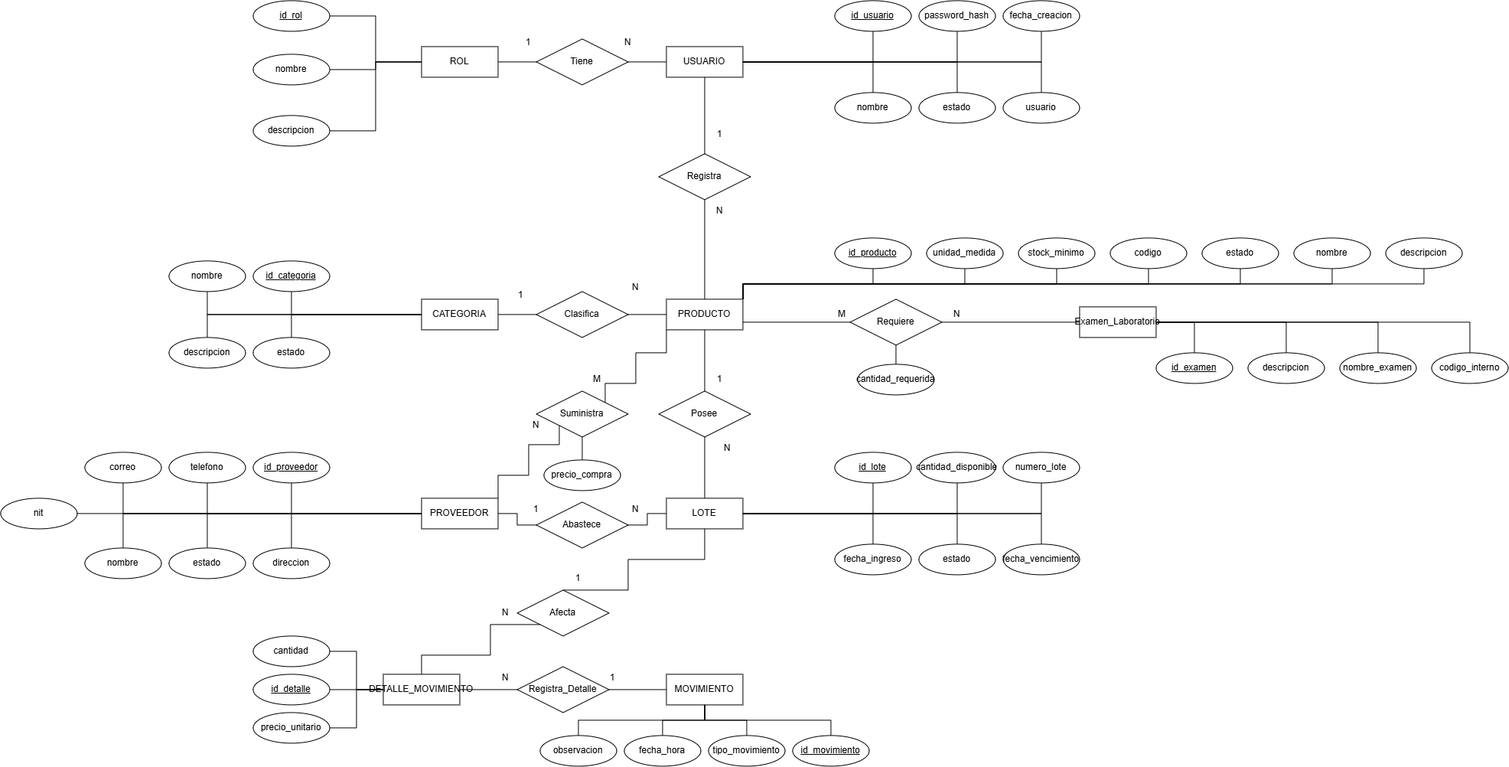
This is docs/diagramas/DIAGRAMA-ER-LAB.drawio.png from Criss-paz/sistema-inventario-laboratorio, a draw.io export, as it was before one commit. Source tidied: cells renumbered, new cells last; positions are measured from the earlier drawing's top-left corner, leaving out a move shared by most shapes.
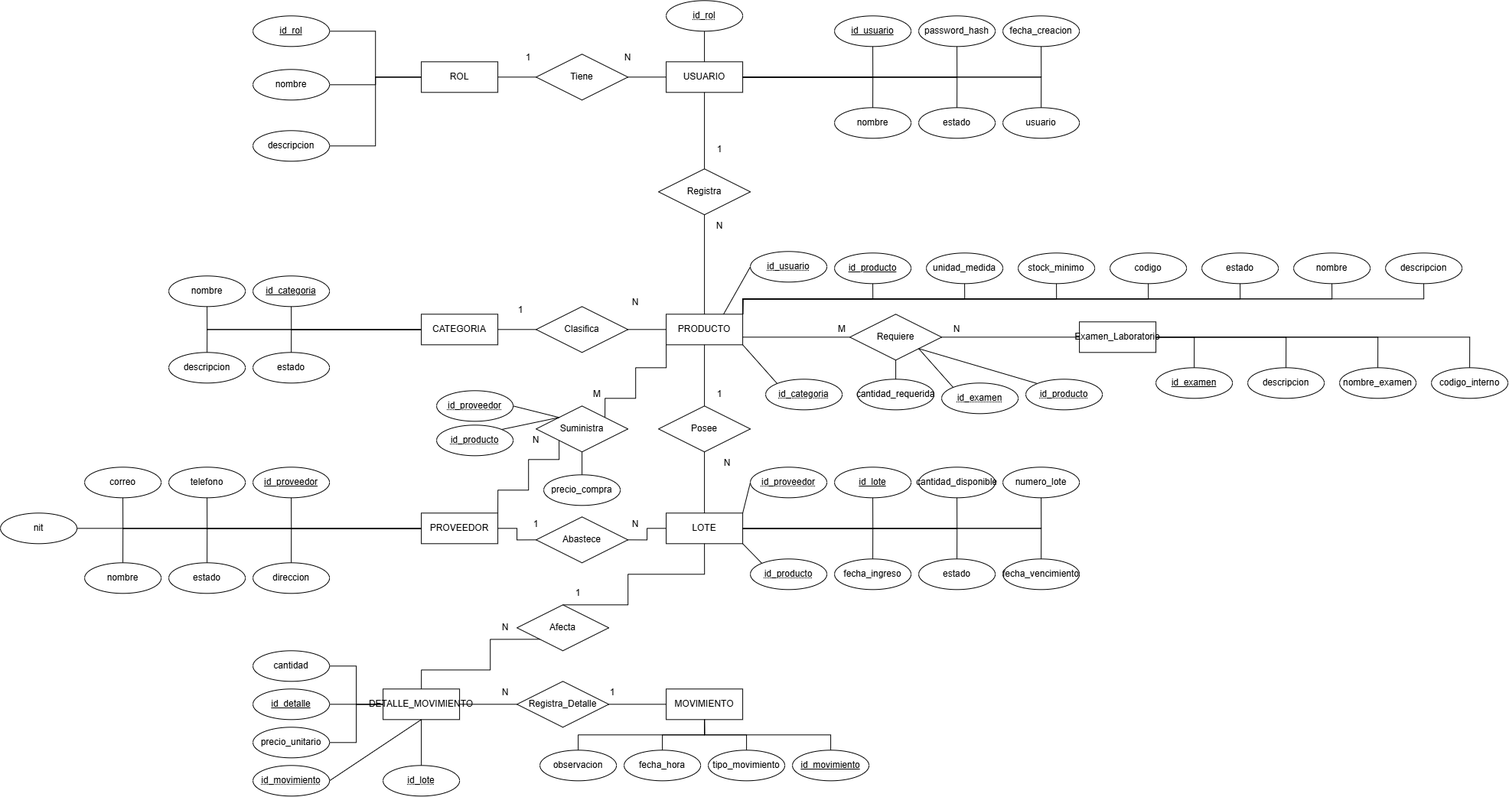
The same diagram one commit later.

Commit message:
actualizacion de diagramas

se agregaron llaves foraneas a los diagramas ya que no tenian

Diff of the diagram source:
```diff
@@ -470,5 +470,71 @@
     <mxCell id="147" value="N" style="text;html=1;whiteSpace=wrap;strokeColor=none;fillColor=none;align=center;verticalAlign=middle;rounded=0;" parent="1" vertex="1">
       <mxGeometry x="630" y="870" width="60" height="30" as="geometry" />
     </mxCell>
+    <mxCell id="148" style="edgeStyle=none;curved=1;rounded=0;jettySize=auto;html=1;exitX=0.5;exitY=1;exitDx=0;exitDy=0;entryX=0.5;entryY=0;entryDx=0;entryDy=0;fontSize=12;startSize=8;endSize=8;endArrow=none;endFill=0;" parent="1" edge="1" source="149" target="4">
+      <mxGeometry relative="1" as="geometry" />
+    </mxCell>
+    <mxCell id="149" value="id_rol" style="ellipse;whiteSpace=wrap;html=1;align=center;fontStyle=20;" parent="1" vertex="1">
+      <mxGeometry x="870" y="-20" width="100" height="40" as="geometry" />
+    </mxCell>
+    <mxCell id="150" style="edgeStyle=none;curved=1;rounded=0;jettySize=auto;html=1;exitX=0;exitY=0;exitDx=0;exitDy=0;entryX=1;entryY=1;entryDx=0;entryDy=0;fontSize=12;startSize=8;endSize=8;endArrow=none;endFill=0;" parent="1" edge="1" source="151" target="7">
+      <mxGeometry relative="1" as="geometry" />
+    </mxCell>
+    <mxCell id="151" value="id_categoria" style="ellipse;whiteSpace=wrap;html=1;align=center;fontStyle=20;" parent="1" vertex="1">
+      <mxGeometry x="1000" y="475" width="100" height="40" as="geometry" />
+    </mxCell>
+    <mxCell id="152" style="edgeStyle=none;curved=1;rounded=0;jettySize=auto;html=1;exitX=0;exitY=0;exitDx=0;exitDy=0;entryX=1;entryY=1;entryDx=0;entryDy=0;fontSize=12;startSize=8;endSize=8;endArrow=none;endFill=0;" parent="1" edge="1" source="153" target="12">
+      <mxGeometry relative="1" as="geometry" />
+    </mxCell>
+    <mxCell id="153" value="id_producto" style="ellipse;whiteSpace=wrap;html=1;align=center;fontStyle=20;" parent="1" vertex="1">
+      <mxGeometry x="980" y="710" width="100" height="40" as="geometry" />
+    </mxCell>
+    <mxCell id="154" value="id_proveedor" style="ellipse;whiteSpace=wrap;html=1;align=center;fontStyle=20;" parent="1" vertex="1">
+      <mxGeometry x="570" y="490" width="100" height="40" as="geometry" />
+    </mxCell>
+    <mxCell id="155" style="edgeStyle=none;curved=1;rounded=0;jettySize=auto;html=1;exitX=1;exitY=0.5;exitDx=0;exitDy=0;entryX=0;entryY=0;entryDx=0;entryDy=0;fontSize=12;startSize=8;endSize=8;endArrow=none;endFill=0;" parent="1" edge="1" source="154" target="116">
+      <mxGeometry relative="1" as="geometry" />
+    </mxCell>
+    <mxCell id="156" style="edgeStyle=none;curved=1;rounded=0;jettySize=auto;html=1;exitX=1;exitY=0;exitDx=0;exitDy=0;entryX=0;entryY=0;entryDx=0;entryDy=0;fontSize=12;startSize=8;endSize=8;endArrow=none;endFill=0;" parent="1" edge="1" source="157" target="116">
+      <mxGeometry relative="1" as="geometry" />
+    </mxCell>
+    <mxCell id="157" value="id_producto" style="ellipse;whiteSpace=wrap;html=1;align=center;fontStyle=20;" parent="1" vertex="1">
+      <mxGeometry x="570" y="535" width="100" height="40" as="geometry" />
+    </mxCell>
+    <mxCell id="158" value="id_examen" style="ellipse;whiteSpace=wrap;html=1;align=center;fontStyle=20;" parent="1" vertex="1">
+      <mxGeometry x="1230" y="480" width="100" height="40" as="geometry" />
+    </mxCell>
+    <mxCell id="159" style="edgeStyle=none;curved=1;rounded=0;jettySize=auto;html=1;exitX=0;exitY=0;exitDx=0;exitDy=0;entryX=1;entryY=1;entryDx=0;entryDy=0;fontSize=12;startSize=8;endSize=8;endArrow=none;endFill=0;" parent="1" edge="1" source="158" target="123">
+      <mxGeometry relative="1" as="geometry" />
+    </mxCell>
+    <mxCell id="160" style="edgeStyle=none;curved=1;rounded=0;jettySize=auto;html=1;exitX=0;exitY=0;exitDx=0;exitDy=0;entryX=1;entryY=1;entryDx=0;entryDy=0;fontSize=12;startSize=8;endSize=8;endArrow=none;endFill=0;" parent="1" edge="1" source="161" target="123">
+      <mxGeometry relative="1" as="geometry" />
+    </mxCell>
+    <mxCell id="161" value="id_producto" style="ellipse;whiteSpace=wrap;html=1;align=center;fontStyle=20;" parent="1" vertex="1">
+      <mxGeometry x="1340" y="475" width="100" height="40" as="geometry" />
+    </mxCell>
+    <mxCell id="162" style="edgeStyle=none;curved=1;rounded=0;jettySize=auto;html=1;exitX=1;exitY=0.5;exitDx=0;exitDy=0;entryX=0.5;entryY=1;entryDx=0;entryDy=0;fontSize=12;startSize=8;endSize=8;endArrow=none;endFill=0;" parent="1" edge="1" source="163" target="138">
+      <mxGeometry relative="1" as="geometry" />
+    </mxCell>
+    <mxCell id="163" value="id_movimiento" style="ellipse;whiteSpace=wrap;html=1;align=center;fontStyle=20;" parent="1" vertex="1">
+      <mxGeometry x="330" y="980" width="100" height="40" as="geometry" />
+    </mxCell>
+    <mxCell id="164" style="edgeStyle=none;curved=1;rounded=0;jettySize=auto;html=1;exitX=0;exitY=0.5;exitDx=0;exitDy=0;entryX=1;entryY=0;entryDx=0;entryDy=0;fontSize=12;startSize=8;endSize=8;endArrow=none;endFill=0;" parent="1" edge="1" source="165" target="12">
+      <mxGeometry relative="1" as="geometry" />
+    </mxCell>
+    <mxCell id="165" value="id_proveedor" style="ellipse;whiteSpace=wrap;html=1;align=center;fontStyle=20;" parent="1" vertex="1">
+      <mxGeometry x="980" y="590" width="100" height="40" as="geometry" />
+    </mxCell>
+    <mxCell id="166" style="edgeStyle=none;curved=1;rounded=0;jettySize=auto;html=1;exitX=0.5;exitY=0;exitDx=0;exitDy=0;entryX=0.5;entryY=1;entryDx=0;entryDy=0;fontSize=12;startSize=8;endSize=8;endArrow=none;endFill=0;" parent="1" edge="1" source="167" target="138">
+      <mxGeometry relative="1" as="geometry" />
+    </mxCell>
+    <mxCell id="167" value="id_lote" style="ellipse;whiteSpace=wrap;html=1;align=center;fontStyle=20;" parent="1" vertex="1">
+      <mxGeometry x="500" y="980" width="100" height="40" as="geometry" />
+    </mxCell>
+    <mxCell id="168" style="edgeStyle=none;curved=1;rounded=0;jettySize=auto;html=1;exitX=0;exitY=0.5;exitDx=0;exitDy=0;entryX=0.75;entryY=0;entryDx=0;entryDy=0;fontSize=12;startSize=8;endSize=8;endArrow=none;endFill=0;" parent="1" edge="1" source="169" target="7">
+      <mxGeometry relative="1" as="geometry" />
+    </mxCell>
+    <mxCell id="169" value="id_usuario" style="ellipse;whiteSpace=wrap;html=1;align=center;fontStyle=20;" parent="1" vertex="1">
+      <mxGeometry x="980" y="308" width="100" height="40" as="geometry" />
+    </mxCell>
   </root>
 </mxGraphModel>
```
